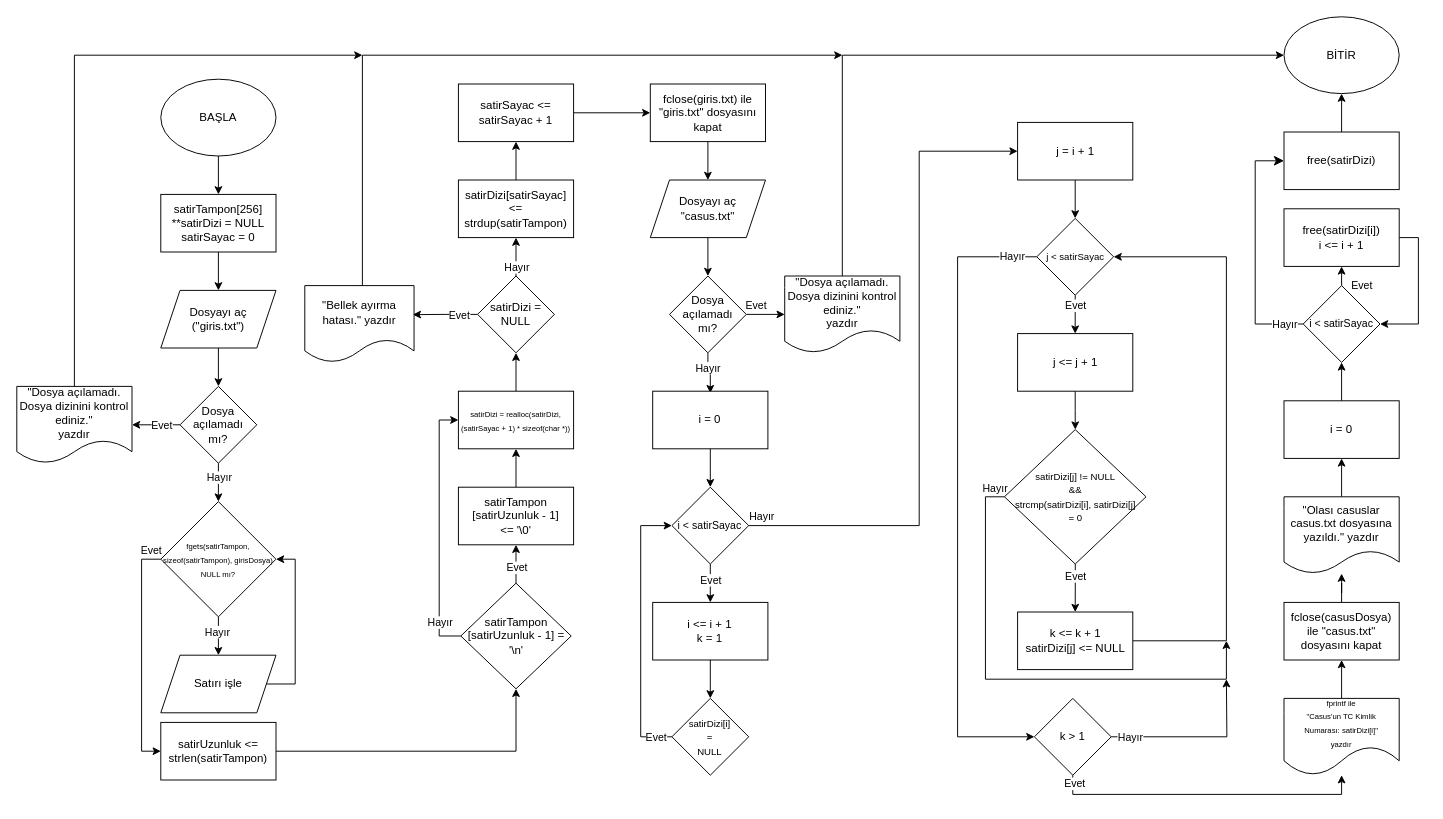
The draw.io diagram flowchart/projeflowchart.drawio in VoltrY/thebigcybersecurityproject, before the edit. Source tidied: cells renumbered, new cells numbered last; positions are measured from the earlier drawing's top-left corner, leaving out a move shared by most shapes. Both pictures are drawn from the tidied source at 96%, with x=0, y=0 at pixel (16, 16).
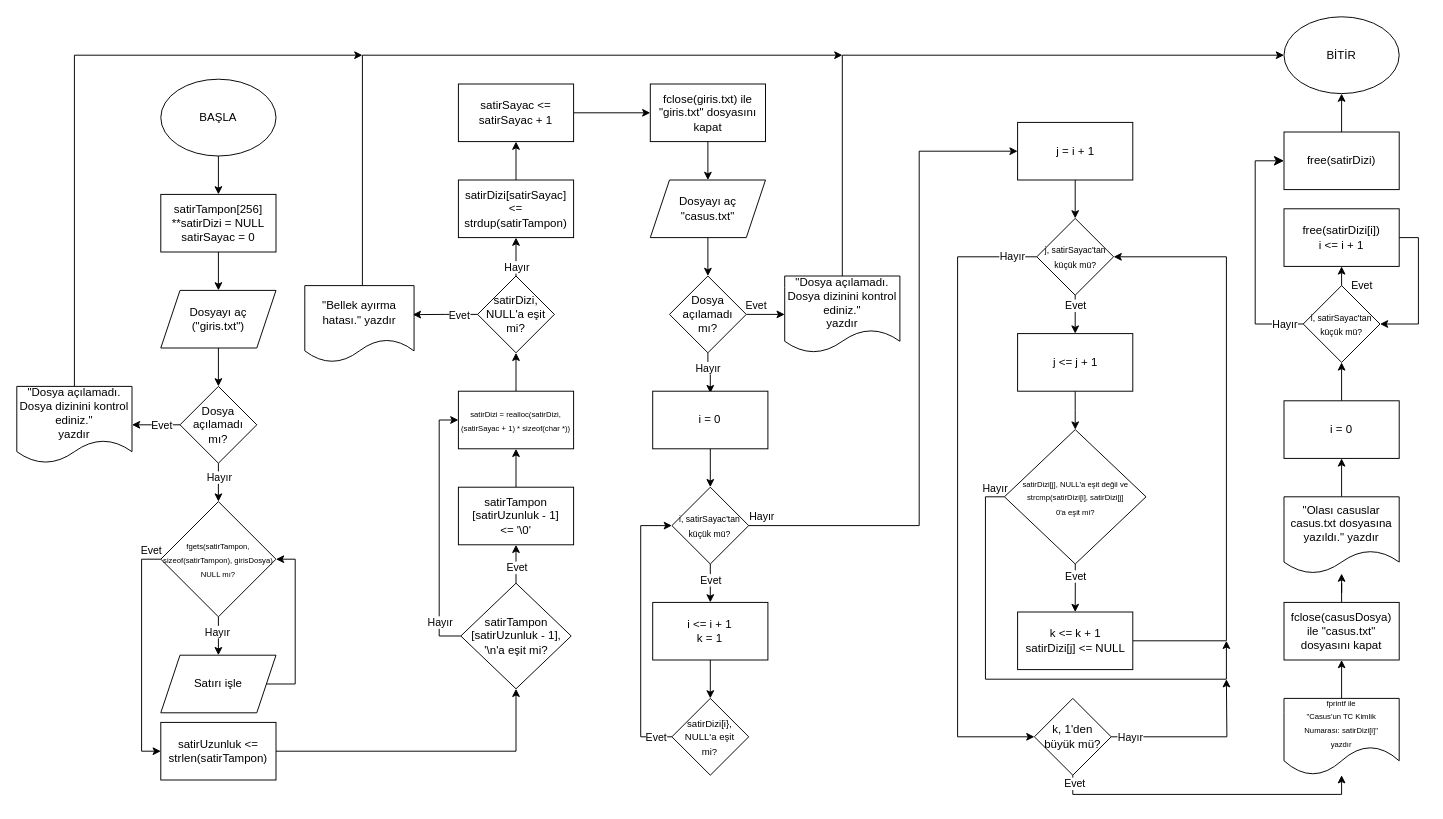
After the change.

Change to the diagram source:
```diff
@@
-    <mxCell id="21" value="&lt;div align=&quot;center&quot;&gt;satirTampon&lt;/div&gt;&lt;div align=&quot;center&quot;&gt;[satirUzunluk - 1] = '\n'&lt;br&gt;&lt;/div&gt;" style="rhombus;whiteSpace=wrap;html=1;rounded=0;align=center;" parent="1" vertex="1">
+    <mxCell id="21" value="&lt;div align=&quot;center&quot;&gt;satirTampon&lt;/div&gt;&lt;div align=&quot;center&quot;&gt;[satirUzunluk - 1], '\n'a eşit mi?&lt;br&gt;&lt;/div&gt;" style="rhombus;whiteSpace=wrap;html=1;rounded=0;align=center;" parent="1" vertex="1">
       <mxGeometry x="462.5" y="590" width="115" height="110" as="geometry" />
     </mxCell>
@@
-    <mxCell id="50" value="&lt;font style=&quot;font-size: 11px;&quot;&gt;i &amp;lt; satirSayac&lt;br&gt;&lt;/font&gt;" style="rhombus;whiteSpace=wrap;html=1;rounded=0;" parent="1" vertex="1">
+    <mxCell id="50" value="&lt;div&gt;&lt;font style=&quot;font-size: 9px;&quot;&gt;i, satirSayac'tan&lt;/font&gt;&lt;/div&gt;&lt;div&gt;&lt;font style=&quot;font-size: 9px;&quot;&gt;küçük mü?&lt;br&gt;&lt;/font&gt;&lt;/div&gt;" style="rhombus;whiteSpace=wrap;html=1;rounded=0;" parent="1" vertex="1">
       <mxGeometry x="682.4" y="490" width="80" height="80" as="geometry" />
     </mxCell>
@@
-    <mxCell id="55" value="&lt;div&gt;&lt;font style=&quot;font-size: 10px;&quot;&gt;satirDizi[i]&lt;/font&gt;&lt;/div&gt;&lt;div&gt;&lt;font style=&quot;font-size: 10px;&quot;&gt;=&lt;/font&gt;&lt;/div&gt;&lt;div&gt;&lt;font style=&quot;font-size: 10px;&quot;&gt;NULL&lt;br&gt;&lt;/font&gt;&lt;/div&gt;" style="rhombus;whiteSpace=wrap;html=1;rounded=0;" parent="1" vertex="1">
+    <mxCell id="55" value="&lt;div&gt;&lt;font style=&quot;font-size: 10px;&quot;&gt;satirDizi[i},&lt;/font&gt;&lt;/div&gt;&lt;div&gt;&lt;font style=&quot;font-size: 10px;&quot;&gt;NULL'a eşit&lt;/font&gt;&lt;/div&gt;&lt;div&gt;&lt;font style=&quot;font-size: 10px;&quot;&gt;mi?&lt;br&gt;&lt;/font&gt;&lt;/div&gt;" style="rhombus;whiteSpace=wrap;html=1;rounded=0;" parent="1" vertex="1">
       <mxGeometry x="682.4" y="710" width="80" height="80" as="geometry" />
     </mxCell>
@@
-    <mxCell id="62" value="&lt;font style=&quot;font-size: 10px;&quot;&gt;j &amp;lt; satirSayac&lt;br&gt;&lt;/font&gt;" style="rhombus;whiteSpace=wrap;html=1;rounded=0;" parent="1" vertex="1">
+    <mxCell id="62" value="&lt;div&gt;&lt;font style=&quot;font-size: 9px;&quot;&gt;j, satirSayac'tan&lt;/font&gt;&lt;/div&gt;&lt;div&gt;&lt;font style=&quot;font-size: 9px;&quot;&gt;küçük mü?&lt;br&gt;&lt;/font&gt;&lt;/div&gt;" style="rhombus;whiteSpace=wrap;html=1;rounded=0;" parent="1" vertex="1">
       <mxGeometry x="1062.5" y="210" width="80" height="80" as="geometry" />
     </mxCell>
@@
-    <mxCell id="67" value="&lt;div&gt;&lt;font style=&quot;font-size: 10px;&quot;&gt;satirDizi[j] != NULL&lt;/font&gt;&lt;/div&gt;&lt;div&gt;&lt;font style=&quot;font-size: 10px;&quot;&gt;&amp;amp;&amp;amp;&lt;/font&gt;&lt;/div&gt;&lt;div&gt;&lt;font style=&quot;font-size: 10px;&quot;&gt;strcmp(satirDizi[i], satirDizi[j]&lt;/font&gt;&lt;/div&gt;&lt;div&gt;&lt;font style=&quot;font-size: 10px;&quot;&gt;= 0&lt;/font&gt;&lt;/div&gt;" style="rhombus;whiteSpace=wrap;html=1;rounded=0;" parent="1" vertex="1">
+    <mxCell id="67" value="&lt;div&gt;&lt;font style=&quot;font-size: 8px;&quot;&gt;satirDizi[j], NULL'a eşit değil ve&lt;br&gt;&lt;/font&gt;&lt;/div&gt;&lt;div&gt;&lt;font style=&quot;font-size: 8px;&quot;&gt;strcmp(satirDizi[i], satirDizi[j]&lt;/font&gt;&lt;/div&gt;&lt;div&gt;&lt;font style=&quot;font-size: 8px;&quot;&gt;0'a eşit mi?&lt;br&gt;&lt;/font&gt;&lt;/div&gt;" style="rhombus;whiteSpace=wrap;html=1;rounded=0;" parent="1" vertex="1">
       <mxGeometry x="1028.8" y="430" width="147.5" height="140" as="geometry" />
     </mxCell>
@@
-    <mxCell id="76" value="k &amp;gt; 1" style="rhombus;whiteSpace=wrap;html=1;rounded=0;" parent="1" vertex="1">
+    <mxCell id="76" value="&lt;div&gt;k, 1'den&lt;/div&gt;&lt;div&gt;büyük mü?&lt;br&gt;&lt;/div&gt;" style="rhombus;whiteSpace=wrap;html=1;rounded=0;" parent="1" vertex="1">
       <mxGeometry x="1060" y="710" width="80" height="80" as="geometry" />
     </mxCell>
@@
-    <mxCell id="90" value="&lt;div&gt;satirDizi =&lt;/div&gt;&lt;div&gt;NULL&lt;br&gt;&lt;/div&gt;" style="rhombus;whiteSpace=wrap;html=1;rounded=0;" parent="1" vertex="1">
+    <mxCell id="90" value="&lt;div&gt;satirDizi,&lt;br&gt;&lt;/div&gt;&lt;div&gt;NULL'a eşit&lt;/div&gt;&lt;div&gt;mi?&lt;br&gt;&lt;/div&gt;" style="rhombus;whiteSpace=wrap;html=1;rounded=0;" parent="1" vertex="1">
       <mxGeometry x="480" y="270" width="80" height="80" as="geometry" />
     </mxCell>
@@
-    <mxCell id="99" value="&lt;div&gt;&lt;font style=&quot;font-size: 11px;&quot;&gt;i &amp;lt; satirSayac&lt;/font&gt;&lt;/div&gt;" style="rhombus;whiteSpace=wrap;html=1;rounded=0;" parent="1" vertex="1">
+    <mxCell id="99" value="&lt;div&gt;&lt;font style=&quot;font-size: 9px;&quot;&gt;i, satirSayac'tan&lt;/font&gt;&lt;/div&gt;&lt;div&gt;&lt;font style=&quot;font-size: 9px;&quot;&gt;küçük mü?&lt;br&gt;&lt;/font&gt;&lt;/div&gt;" style="rhombus;whiteSpace=wrap;html=1;rounded=0;" parent="1" vertex="1">
       <mxGeometry x="1340" y="280" width="80" height="80" as="geometry" />
     </mxCell>
```
